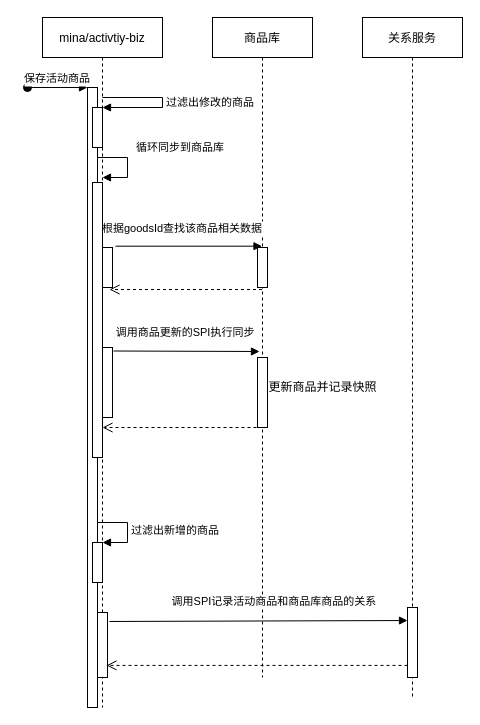
Above: Activity-To-Goods.drawio in Luffybaga/draw (draw.io), before the change. Source tidied: cells renumbered, new cells numbered last; positions are measured from the earlier drawing's top-left corner, leaving out a move shared by most shapes. Both pictures are drawn from the tidied source at 100%, with x=0, y=0 at pixel (27, 17).
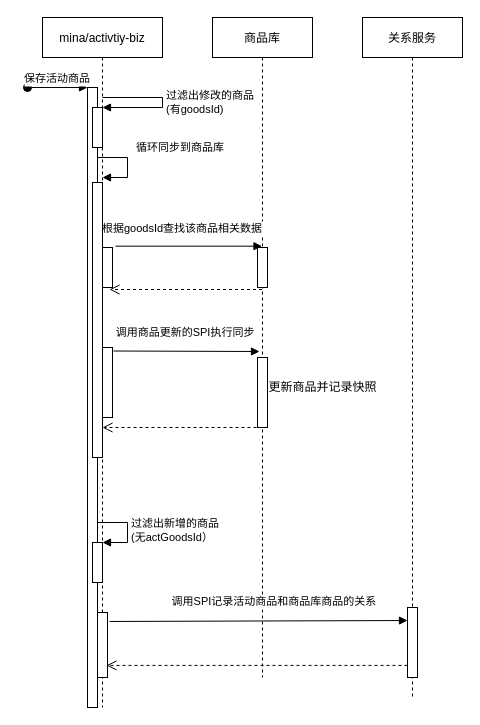
After the change.

Unchanged cells that the change refers to:
```xml
<mxCell id="2" value="mina/activtiy-biz" style="shape=umlLifeline;perimeter=lifelinePerimeter;rounded=0;shadow=0;strokeWidth=1;" parent="1" vertex="1">
  <mxGeometry x="15" width="120" height="690" as="geometry" />
</mxCell>
<mxCell id="8" style="html=1;points=[];perimeter=orthogonalPerimeter;" parent="2" vertex="1">
  <mxGeometry x="50" y="90" width="10" height="40" as="geometry" />
</mxCell>
<mxCell id="10" style="html=1;points=[];perimeter=orthogonalPerimeter;" parent="2" vertex="1">
  <mxGeometry x="50" y="525" width="10" height="40" as="geometry" />
</mxCell>
```

Change to the diagram source:
```diff
@@
-    <mxCell id="9" value="过滤出修改的商品" style="edgeStyle=orthogonalEdgeStyle;html=1;align=left;spacingLeft=2;endArrow=block;rounded=0;entryX=1;entryY=0;" parent="2" edge="1" target="8">
+    <mxCell id="9" value="过滤出修改的商品&lt;br&gt;(有goodsId)" style="edgeStyle=orthogonalEdgeStyle;html=1;align=left;spacingLeft=2;endArrow=block;rounded=0;entryX=1;entryY=0;" parent="2" edge="1" target="8">
       <mxGeometry relative="1" as="geometry">
         <mxPoint x="60" y="80" as="sourcePoint" />
         <Array as="points">
           <mxPoint x="120" y="80" />
           <mxPoint x="120" y="90" />
         </Array>
       </mxGeometry>
     </mxCell>
@@
-    <mxCell id="11" value="过滤出新增的商品" style="edgeStyle=orthogonalEdgeStyle;html=1;align=left;spacingLeft=2;endArrow=block;rounded=0;entryX=1;entryY=0;" parent="2" edge="1" target="10">
+    <mxCell id="11" value="过滤出新增的商品&lt;br&gt;(无actGoodsId）" style="edgeStyle=orthogonalEdgeStyle;html=1;align=left;spacingLeft=2;endArrow=block;rounded=0;entryX=1;entryY=0;" parent="2" edge="1" target="10">
       <mxGeometry relative="1" as="geometry">
         <mxPoint x="55" y="505" as="sourcePoint" />
         <Array as="points">
           <mxPoint x="85" y="505" />
         </Array>
       </mxGeometry>
     </mxCell>
```
